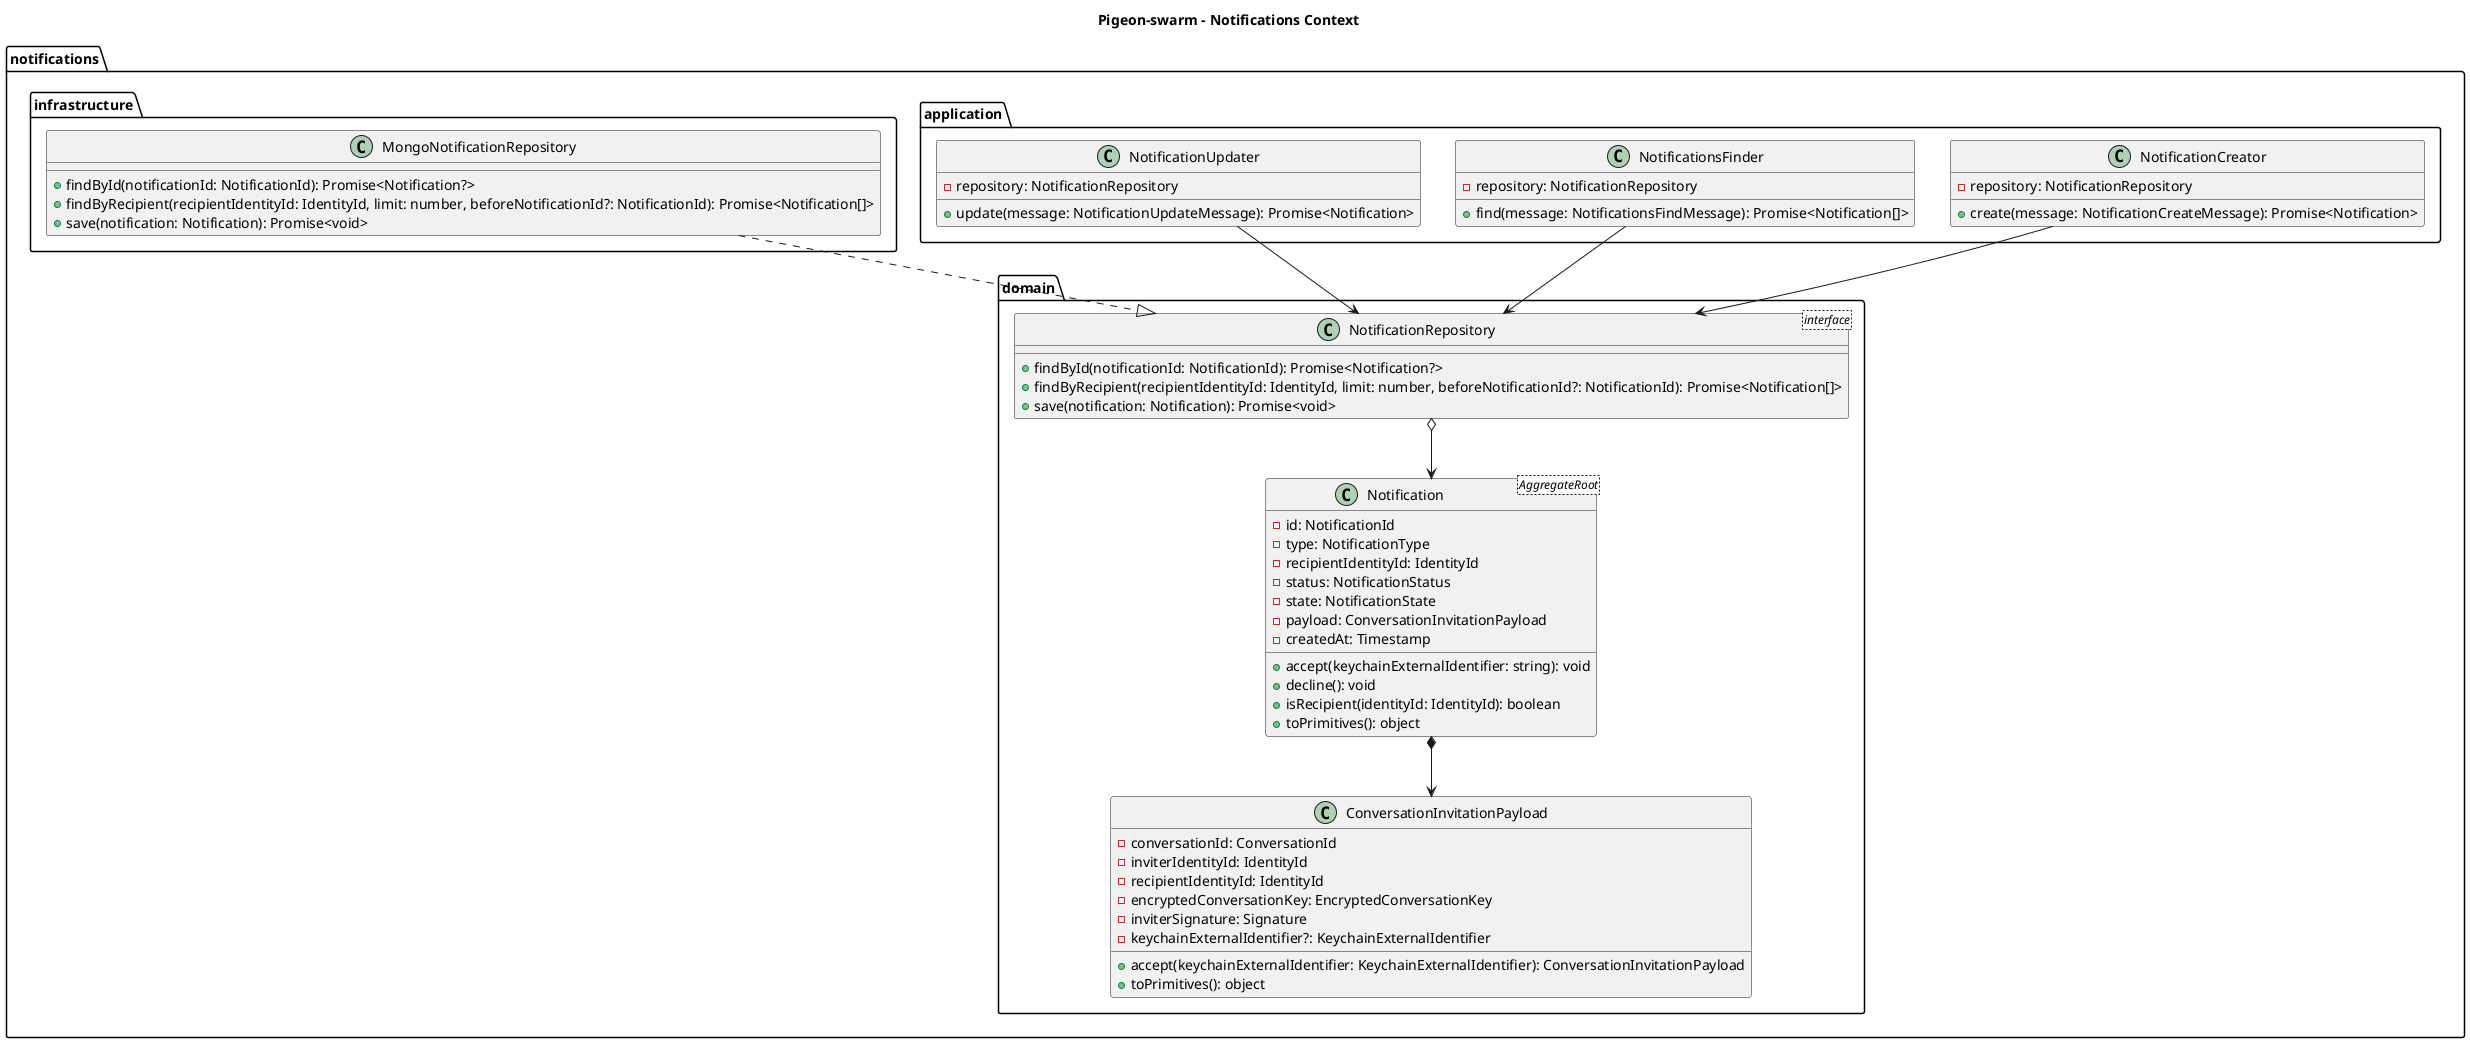
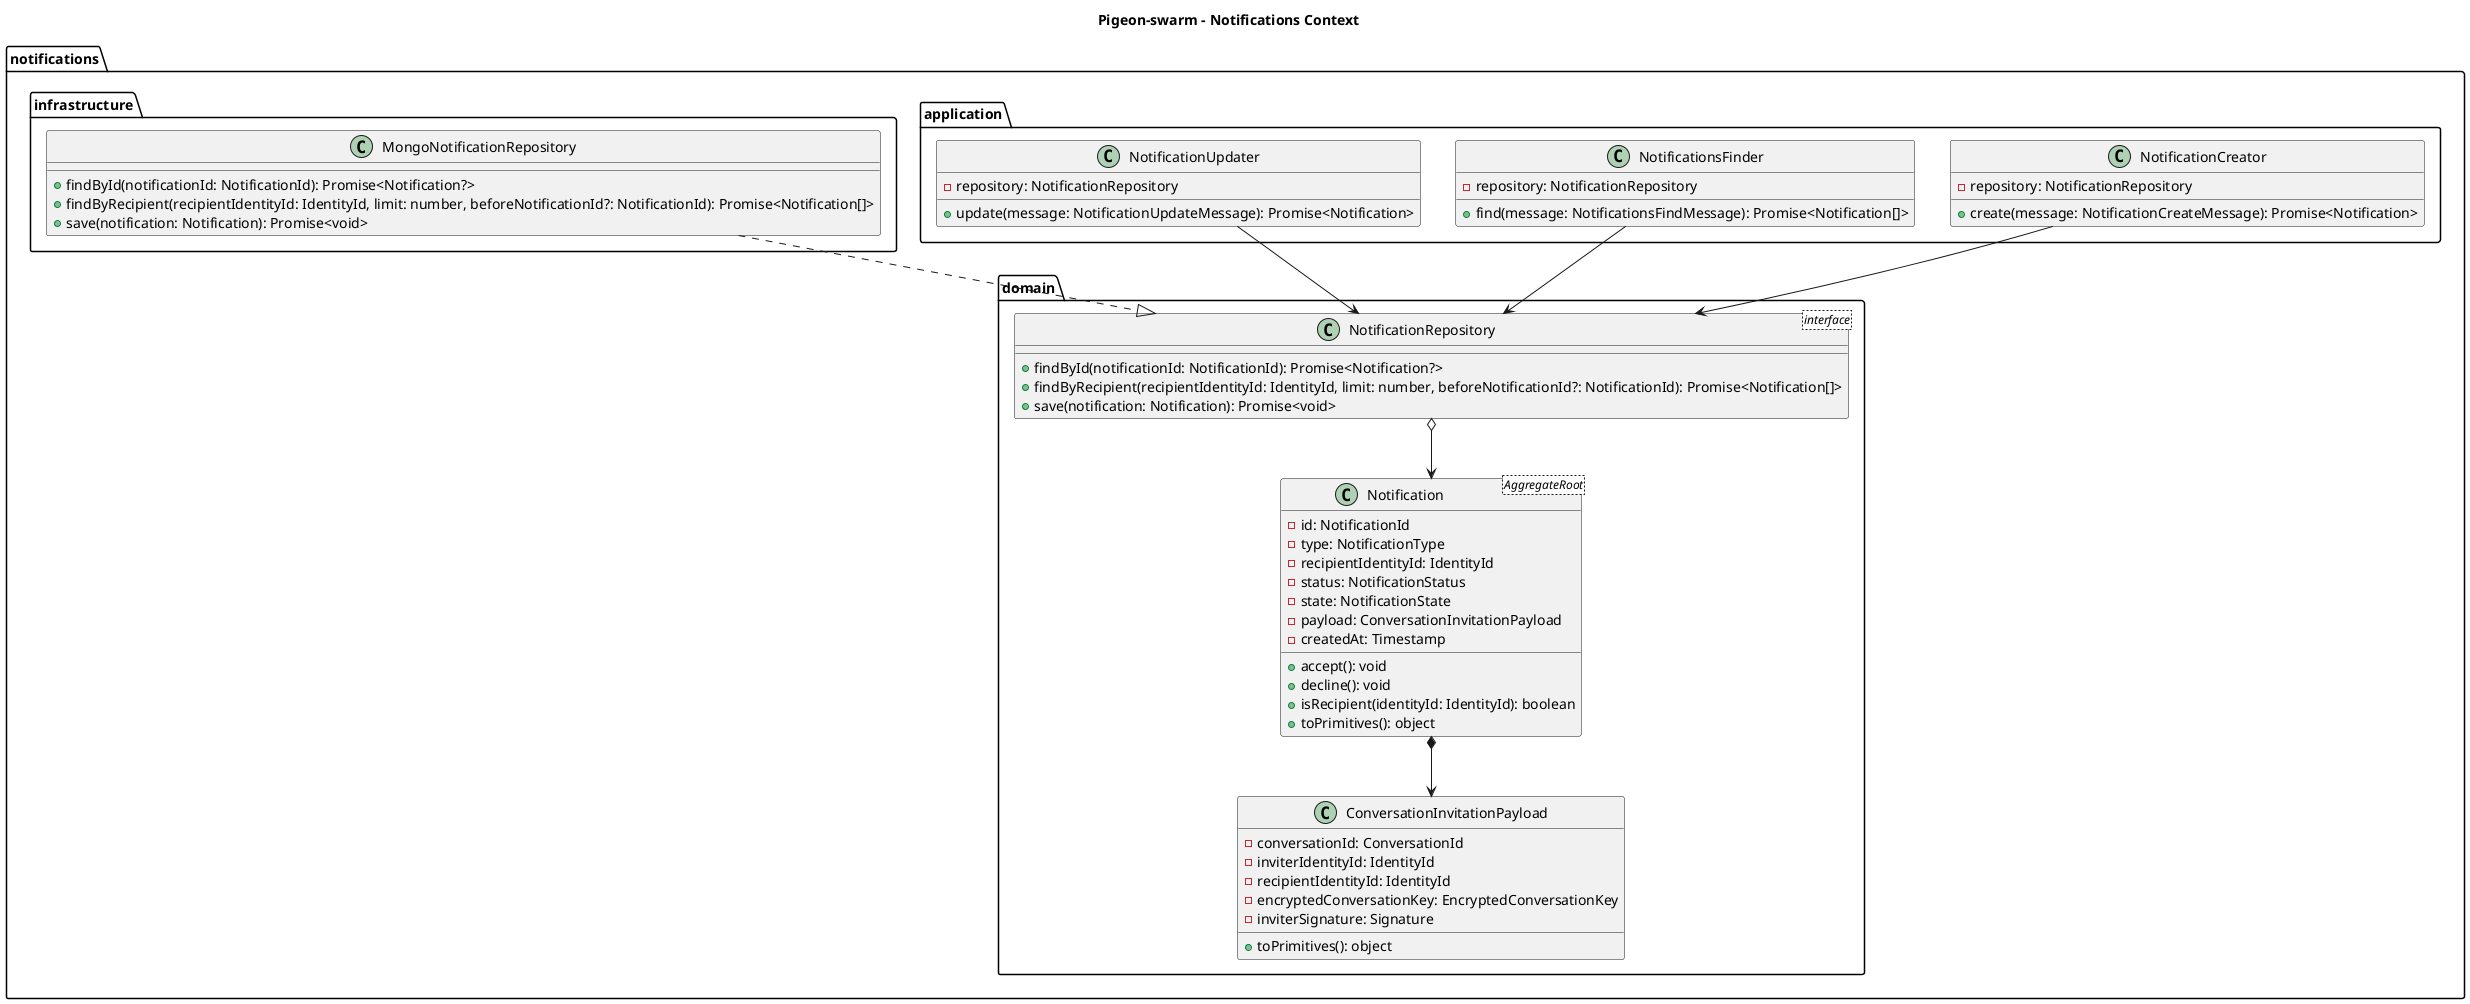
@startuml

title Pigeon-swarm - Notifications Context

package "notifications" {
  package "domain" {
    class Notification <AggregateRoot> {
      -id: NotificationId
      -type: NotificationType
      -recipientIdentityId: IdentityId
      -status: NotificationStatus
      -state: NotificationState
      -payload: ConversationInvitationPayload
      -createdAt: Timestamp
-       +accept(keychainExternalIdentifier: string): void
+       +accept(): void
      +decline(): void
      +isRecipient(identityId: IdentityId): boolean
      +toPrimitives(): object
    }

    class ConversationInvitationPayload {
      -conversationId: ConversationId
      -inviterIdentityId: IdentityId
      -recipientIdentityId: IdentityId
      -encryptedConversationKey: EncryptedConversationKey
      -inviterSignature: Signature
-       -keychainExternalIdentifier?: KeychainExternalIdentifier
-       +accept(keychainExternalIdentifier: KeychainExternalIdentifier): ConversationInvitationPayload
      +toPrimitives(): object
    }

    class NotificationRepository <interface> {
      +findById(notificationId: NotificationId): Promise<Notification?>
      +findByRecipient(recipientIdentityId: IdentityId, limit: number, beforeNotificationId?: NotificationId): Promise<Notification[]>
      +save(notification: Notification): Promise<void>
    }

    Notification *--> ConversationInvitationPayload
    NotificationRepository o--> Notification
  }

  package "application" {
    class NotificationCreator {
      -repository: NotificationRepository
      +create(message: NotificationCreateMessage): Promise<Notification>
    }

    class NotificationsFinder {
      -repository: NotificationRepository
      +find(message: NotificationsFindMessage): Promise<Notification[]>
    }

    class NotificationUpdater {
      -repository: NotificationRepository
      +update(message: NotificationUpdateMessage): Promise<Notification>
    }

    NotificationCreator --> NotificationRepository
    NotificationsFinder --> NotificationRepository
    NotificationUpdater --> NotificationRepository
  }

  package "infrastructure" {
    class MongoNotificationRepository {
      +findById(notificationId: NotificationId): Promise<Notification?>
      +findByRecipient(recipientIdentityId: IdentityId, limit: number, beforeNotificationId?: NotificationId): Promise<Notification[]>
      +save(notification: Notification): Promise<void>
    }

    MongoNotificationRepository ..|> NotificationRepository
  }
}

@enduml
